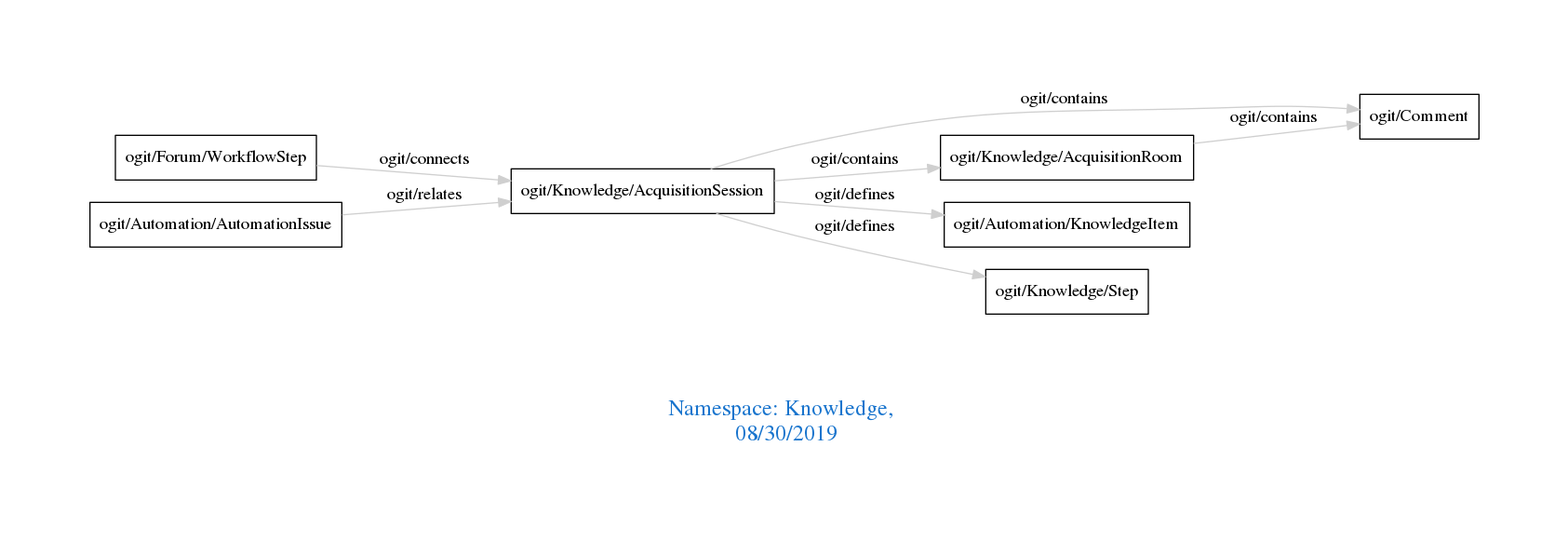
arago/OGIT keeps this Graphviz diagram as downloads/Knowledge.png. Above is the earlier version. Its source is kept beside it as downloads/Knowledge.dot.
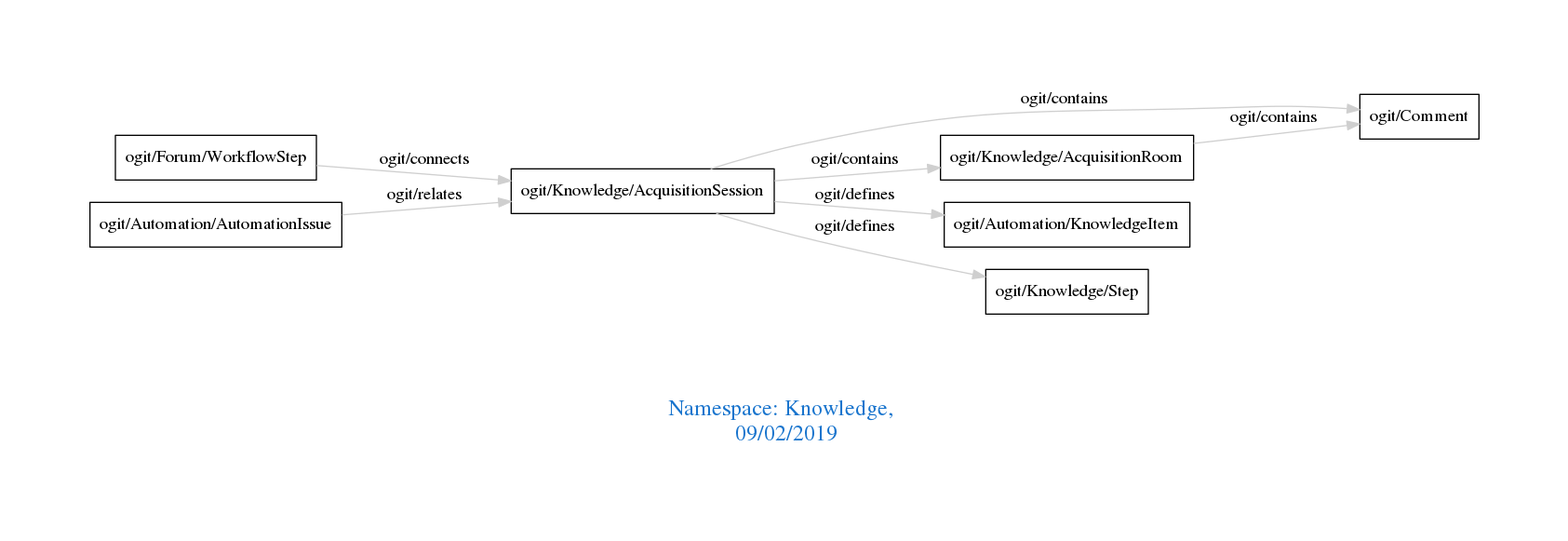
After the change.

Diff of the diagram source:
```diff
@@ -1,7 +1,7 @@
 digraph OGIT_ontology {
  graph [ rankdir= LR,pad=1
 fontsize = 18,
-fontcolor= dodgerblue3,label = "\n\n\nNamespace: Knowledge, \n 08/30/2019"];
+fontcolor= dodgerblue3,label = "\n\n\nNamespace: Knowledge, \n 09/02/2019"];
 node[shape=polygon];
 edge [  color="gray81"];
 
```
